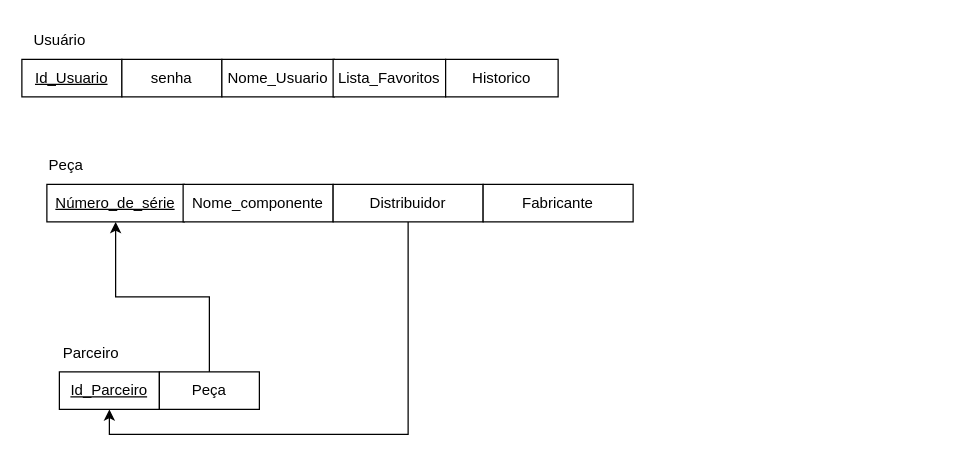
Mateus-Fernandes-Barbosa/EngenhariaDeSoftware keeps this draw.io diagram as Diagramas/a.drawio. Above is the earlier version. Source tidied: cells renumbered, new cells numbered last; positions are measured from the earlier drawing's top-left corner, leaving out a move shared by most shapes. Both pictures are drawn from the tidied source at 125%, with x=0, y=0 at pixel (21, 21).
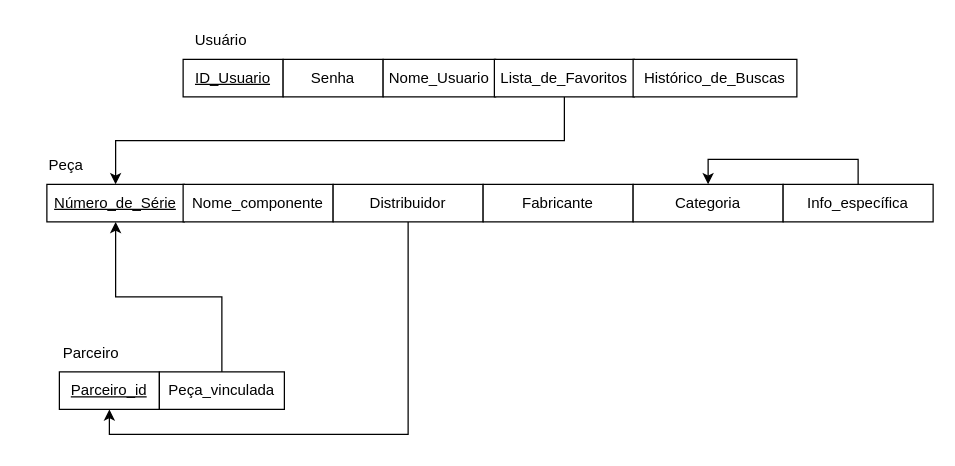
Above is the later version.

Change to the diagram source:
```diff
@@
-    <mxCell id="2" value="&lt;u&gt;Id_Usuario&lt;/u&gt;" style="whiteSpace=wrap;html=1;align=center;" parent="1" vertex="1">
-      <mxGeometry y="30" width="80" height="30" as="geometry" />
+    <mxCell id="2" value="&lt;u&gt;ID_Usuario&lt;/u&gt;" style="whiteSpace=wrap;html=1;align=center;" parent="1" vertex="1">
+      <mxGeometry x="129" y="30" width="80" height="30" as="geometry" />
     </mxCell>
     <mxCell id="3" value="Usuário" style="text;html=1;align=center;verticalAlign=middle;strokeColor=none;fillColor=none;" parent="1" vertex="1">
-      <mxGeometry width="60" height="30" as="geometry" />
+      <mxGeometry x="129" width="60" height="30" as="geometry" />
     </mxCell>
@@
-    <mxCell id="6" value="senha" style="whiteSpace=wrap;html=1;align=center;" parent="1" vertex="1">
-      <mxGeometry x="80" y="30" width="80" height="30" as="geometry" />
+    <mxCell id="6" value="Senha" style="whiteSpace=wrap;html=1;align=center;" parent="1" vertex="1">
+      <mxGeometry x="209" y="30" width="80" height="30" as="geometry" />
     </mxCell>
     <mxCell id="7" value="Nome_Usuario" style="whiteSpace=wrap;html=1;align=center;" parent="1" vertex="1">
-      <mxGeometry x="160" y="30" width="90" height="30" as="geometry" />
+      <mxGeometry x="289" y="30" width="90" height="30" as="geometry" />
     </mxCell>
+    <mxCell id="18" style="edgeStyle=orthogonalEdgeStyle;rounded=0;jettySize=auto;html=1;exitX=0.5;exitY=1;exitDx=0;exitDy=0;" parent="1" edge="1" source="8" target="10">
+      <mxGeometry relative="1" as="geometry" />
+    </mxCell>
-    <mxCell id="8" value="Lista_Favoritos" style="whiteSpace=wrap;html=1;align=center;" parent="1" vertex="1">
-      <mxGeometry x="249" y="30" width="90" height="30" as="geometry" />
+    <mxCell id="8" value="Lista_de_Favoritos" style="whiteSpace=wrap;html=1;align=center;" parent="1" vertex="1">
+      <mxGeometry x="378" y="30" width="112" height="30" as="geometry" />
     </mxCell>
-    <mxCell id="9" value="Historico" style="whiteSpace=wrap;html=1;align=center;" parent="1" vertex="1">
-      <mxGeometry x="339" y="30" width="90" height="30" as="geometry" />
+    <mxCell id="9" value="Histórico_de_Buscas" style="whiteSpace=wrap;html=1;align=center;" parent="1" vertex="1">
+      <mxGeometry x="489" y="30" width="131" height="30" as="geometry" />
     </mxCell>
-    <mxCell id="10" value="&lt;u&gt;Número_de_série&lt;/u&gt;" style="whiteSpace=wrap;html=1;align=center;" parent="1" vertex="1">
+    <mxCell id="10" value="&lt;u&gt;Número_de_Série&lt;/u&gt;" style="whiteSpace=wrap;html=1;align=center;" parent="1" vertex="1">
       <mxGeometry x="20" y="130" width="110" height="30" as="geometry" />
     </mxCell>
@@
-    <mxCell id="15" value="&lt;u&gt;Id_Parceiro&lt;/u&gt;" style="whiteSpace=wrap;html=1;align=center;" parent="1" vertex="1">
+    <mxCell id="15" value="&lt;u&gt;Parceiro_id&lt;/u&gt;" style="whiteSpace=wrap;html=1;align=center;" parent="1" vertex="1">
       <mxGeometry x="30" y="280" width="80" height="30" as="geometry" />
     </mxCell>
@@
-    <mxCell id="17" value="Peça" style="whiteSpace=wrap;html=1;align=center;" parent="1" vertex="1">
-      <mxGeometry x="110" y="280" width="80" height="30" as="geometry" />
+    <mxCell id="17" value="Peça_vinculada" style="whiteSpace=wrap;html=1;align=center;" parent="1" vertex="1">
+      <mxGeometry x="110" y="280" width="100" height="30" as="geometry" />
     </mxCell>
+    <mxCell id="19" value="Categoria" style="whiteSpace=wrap;html=1;align=center;" parent="1" vertex="1">
+      <mxGeometry x="489" y="130" width="120" height="30" as="geometry" />
+    </mxCell>
+    <mxCell id="20" style="edgeStyle=orthogonalEdgeStyle;rounded=0;jettySize=auto;html=1;exitX=0.5;exitY=0;exitDx=0;exitDy=0;entryX=0.5;entryY=0;entryDx=0;entryDy=0;" parent="1" edge="1" source="21" target="19">
+      <mxGeometry relative="1" as="geometry" />
+    </mxCell>
+    <mxCell id="21" value="Info_específica" style="whiteSpace=wrap;html=1;align=center;" parent="1" vertex="1">
+      <mxGeometry x="609" y="130" width="120" height="30" as="geometry" />
+    </mxCell>
```
